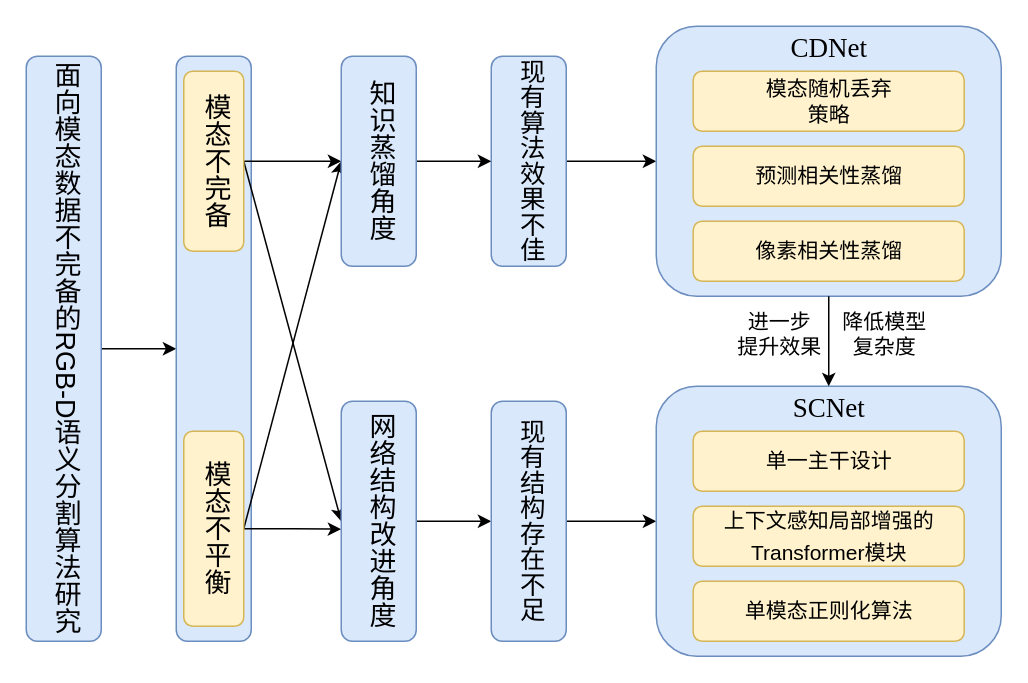
Losh-shi/graduate_map keeps this draw.io diagram as 1-2 横版.drawio. Above is the earlier version. Source tidied: cells renumbered, new cells numbered last; positions are measured from the earlier drawing's top-left corner, leaving out a move shared by most shapes. Both pictures are drawn from the tidied source at 150%, with x=0, y=0 at pixel (26, 26).
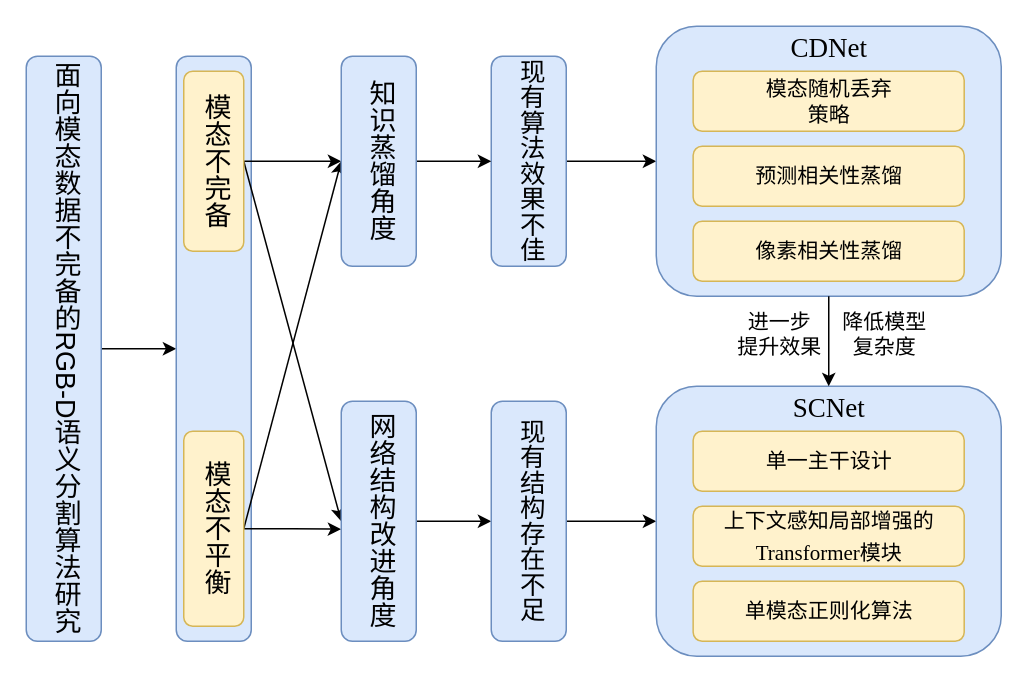
Above is the later version.

The change refers to these unchanged cells:
```xml
<mxCell id="17" style="group;" parent="1" vertex="1">
  <mxGeometry x="420" y="240" width="230" height="180" as="geometry" />
</mxCell>
```

What changed in the source:
```diff
@@
-    <mxCell id="21" value="&lt;font face=&quot;宋体&quot; style=&quot;font-size: 14px;&quot;&gt;&lt;span style=&quot;line-height: 150%;&quot;&gt;上下文感知局部增强的&lt;/span&gt;&lt;span style=&quot;line-height: 150%;&quot; lang=&quot;EN-US&quot;&gt;Transformer&lt;/span&gt;&lt;span style=&quot;line-height: 150%;&quot;&gt;模块&lt;/span&gt;&lt;/font&gt;" style="rounded=1;whiteSpace=wrap;html=1;fillColor=#fff2cc;strokeColor=#d6b656;" parent="17" vertex="1">
+    <mxCell id="21" value="&lt;font style=&quot;font-size: 14px;&quot;&gt;&lt;span style=&quot;font-family: 宋体; line-height: 150%;&quot;&gt;上下文感知局部增强的&lt;/span&gt;&lt;span style=&quot;line-height: 150%;&quot; lang=&quot;EN-US&quot;&gt;&lt;font face=&quot;Times New Roman&quot;&gt;Transformer&lt;/font&gt;&lt;/span&gt;&lt;span style=&quot;font-family: 宋体; line-height: 150%;&quot;&gt;模块&lt;/span&gt;&lt;/font&gt;" style="rounded=1;whiteSpace=wrap;html=1;fillColor=#fff2cc;strokeColor=#d6b656;" parent="17" vertex="1">
       <mxGeometry x="24.6" y="80" width="180.7" height="40" as="geometry" />
     </mxCell>
```
